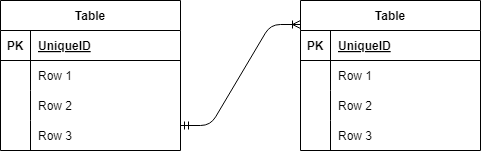
yuusukejinba/jinba-tuiki keeps this draw.io diagram as ER.drawio.png. Above is the earlier version. Source tidied: cells renumbered, new cells last; positions are measured from the earlier drawing's top-left corner, leaving out a move shared by most shapes.
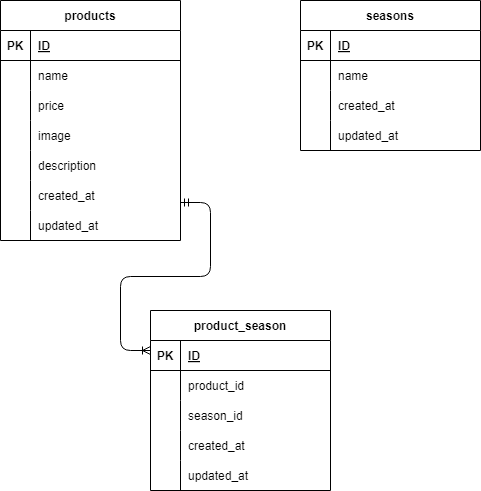
The same file after the commit.

Change to the diagram source:
```diff
@@ -2,8 +2,8 @@
   <root>
     <mxCell id="0" />
     <mxCell id="1" parent="0" />
-    <mxCell id="2" value="Table" style="shape=table;startSize=30;rowLines=0;fontStyle=1;align=center;" parent="1" vertex="1">
-      <mxGeometry width="180" height="150" as="geometry" />
+    <mxCell id="2" value="products" style="shape=table;startSize=30;rowLines=0;fontStyle=1;align=center;" parent="1" vertex="1">
+      <mxGeometry width="180" height="240" as="geometry" />
     </mxCell>
     <mxCell id="3" style="shape=tableRow;horizontal=0;startSize=0;swimlaneHead=0;swimlaneBody=0;fillColor=none;top=0;left=0;right=0;bottom=1;" parent="2" vertex="1">
       <mxGeometry y="30" width="180" height="30" as="geometry" />
@@ -11,7 +11,7 @@
     <mxCell id="4" value="PK" style="shape=partialRectangle;fillColor=none;top=0;left=0;bottom=0;right=0;fontStyle=1;overflow=hidden;" parent="3" vertex="1">
       <mxGeometry width="30" height="30" as="geometry" />
     </mxCell>
-    <mxCell id="5" value="UniqueID" style="shape=partialRectangle;fillColor=none;top=0;left=0;bottom=0;right=0;align=left;spacingLeft=6;fontStyle=5;overflow=hidden;" parent="3" vertex="1">
+    <mxCell id="5" value="ID" style="shape=partialRectangle;fillColor=none;top=0;left=0;bottom=0;right=0;align=left;spacingLeft=6;fontStyle=5;overflow=hidden;" parent="3" vertex="1">
       <mxGeometry x="30" width="150" height="30" as="geometry" />
     </mxCell>
     <mxCell id="6" style="shape=tableRow;horizontal=0;startSize=0;swimlaneHead=0;swimlaneBody=0;fillColor=none;top=0;left=0;right=0;bottom=0;" parent="2" vertex="1">
@@ -20,7 +20,7 @@
     <mxCell id="7" style="shape=partialRectangle;fillColor=none;top=0;left=0;bottom=0;right=0;overflow=hidden;" parent="6" vertex="1">
       <mxGeometry width="30" height="30" as="geometry" />
     </mxCell>
-    <mxCell id="8" value="Row 1" style="shape=partialRectangle;fillColor=none;top=0;left=0;bottom=0;right=0;align=left;spacingLeft=6;overflow=hidden;" parent="6" vertex="1">
+    <mxCell id="8" value="name" style="shape=partialRectangle;fillColor=none;top=0;left=0;bottom=0;right=0;align=left;spacingLeft=6;overflow=hidden;" parent="6" vertex="1">
       <mxGeometry x="30" width="150" height="30" as="geometry" />
     </mxCell>
     <mxCell id="9" style="shape=tableRow;horizontal=0;startSize=0;swimlaneHead=0;swimlaneBody=0;fillColor=none;top=0;left=0;right=0;bottom=0;" parent="2" vertex="1">
@@ -29,7 +29,7 @@
     <mxCell id="10" style="shape=partialRectangle;fillColor=none;top=0;left=0;bottom=0;right=0;overflow=hidden;" parent="9" vertex="1">
       <mxGeometry width="30" height="30" as="geometry" />
     </mxCell>
-    <mxCell id="11" value="Row 2" style="shape=partialRectangle;fillColor=none;top=0;left=0;bottom=0;right=0;align=left;spacingLeft=6;overflow=hidden;" parent="9" vertex="1">
+    <mxCell id="11" value="price" style="shape=partialRectangle;fillColor=none;top=0;left=0;bottom=0;right=0;align=left;spacingLeft=6;overflow=hidden;" parent="9" vertex="1">
       <mxGeometry x="30" width="150" height="30" as="geometry" />
     </mxCell>
     <mxCell id="12" style="shape=tableRow;horizontal=0;startSize=0;swimlaneHead=0;swimlaneBody=0;fillColor=none;top=0;left=0;right=0;bottom=0;" parent="2" vertex="1">
@@ -38,10 +38,37 @@
     <mxCell id="13" style="shape=partialRectangle;fillColor=none;top=0;left=0;bottom=0;right=0;overflow=hidden;" parent="12" vertex="1">
       <mxGeometry width="30" height="30" as="geometry" />
     </mxCell>
-    <mxCell id="14" value="Row 3" style="shape=partialRectangle;fillColor=none;top=0;left=0;bottom=0;right=0;align=left;spacingLeft=6;overflow=hidden;" parent="12" vertex="1">
+    <mxCell id="14" value="image" style="shape=partialRectangle;fillColor=none;top=0;left=0;bottom=0;right=0;align=left;spacingLeft=6;overflow=hidden;" parent="12" vertex="1">
       <mxGeometry x="30" width="150" height="30" as="geometry" />
     </mxCell>
+    <mxCell id="29" style="shape=tableRow;horizontal=0;startSize=0;swimlaneHead=0;swimlaneBody=0;fillColor=none;top=0;left=0;right=0;bottom=0;" parent="2" vertex="1">
+      <mxGeometry y="150" width="180" height="30" as="geometry" />
+    </mxCell>
+    <mxCell id="30" style="shape=partialRectangle;fillColor=none;top=0;left=0;bottom=0;right=0;overflow=hidden;" parent="29" vertex="1">
+      <mxGeometry width="30" height="30" as="geometry" />
+    </mxCell>
+    <mxCell id="31" value="description" style="shape=partialRectangle;fillColor=none;top=0;left=0;bottom=0;right=0;align=left;spacingLeft=6;overflow=hidden;" parent="29" vertex="1">
+      <mxGeometry x="30" width="150" height="30" as="geometry" />
+    </mxCell>
+    <mxCell id="32" style="shape=tableRow;horizontal=0;startSize=0;swimlaneHead=0;swimlaneBody=0;fillColor=none;top=0;left=0;right=0;bottom=0;" parent="2" vertex="1">
+      <mxGeometry y="180" width="180" height="30" as="geometry" />
+    </mxCell>
+    <mxCell id="33" style="shape=partialRectangle;fillColor=none;top=0;left=0;bottom=0;right=0;overflow=hidden;" parent="32" vertex="1">
+      <mxGeometry width="30" height="30" as="geometry" />
+    </mxCell>
+    <mxCell id="34" value="created_at" style="shape=partialRectangle;fillColor=none;top=0;left=0;bottom=0;right=0;align=left;spacingLeft=6;overflow=hidden;" parent="32" vertex="1">
+      <mxGeometry x="30" width="150" height="30" as="geometry" />
+    </mxCell>
+    <mxCell id="35" style="shape=tableRow;horizontal=0;startSize=0;swimlaneHead=0;swimlaneBody=0;fillColor=none;top=0;left=0;right=0;bottom=0;" parent="2" vertex="1">
+      <mxGeometry y="210" width="180" height="30" as="geometry" />
+    </mxCell>
+    <mxCell id="36" style="shape=partialRectangle;fillColor=none;top=0;left=0;bottom=0;right=0;overflow=hidden;" parent="35" vertex="1">
+      <mxGeometry width="30" height="30" as="geometry" />
+    </mxCell>
+    <mxCell id="37" value="updated_at" style="shape=partialRectangle;fillColor=none;top=0;left=0;bottom=0;right=0;align=left;spacingLeft=6;overflow=hidden;" parent="35" vertex="1">
+      <mxGeometry x="30" width="150" height="30" as="geometry" />
+    </mxCell>
-    <mxCell id="15" value="Table" style="shape=table;startSize=30;rowLines=0;fontStyle=1;align=center;" parent="1" vertex="1">
+    <mxCell id="15" value="seasons" style="shape=table;startSize=30;rowLines=0;fontStyle=1;align=center;" parent="1" vertex="1">
       <mxGeometry x="300" width="180" height="150" as="geometry" />
     </mxCell>
     <mxCell id="16" style="shape=tableRow;horizontal=0;startSize=0;swimlaneHead=0;swimlaneBody=0;fillColor=none;top=0;left=0;right=0;bottom=1;" parent="15" vertex="1">
@@ -50,7 +77,7 @@
     <mxCell id="17" value="PK" style="shape=partialRectangle;fillColor=none;top=0;left=0;bottom=0;right=0;fontStyle=1;overflow=hidden;" parent="16" vertex="1">
       <mxGeometry width="30" height="30" as="geometry" />
     </mxCell>
-    <mxCell id="18" value="UniqueID" style="shape=partialRectangle;fillColor=none;top=0;left=0;bottom=0;right=0;align=left;spacingLeft=6;fontStyle=5;overflow=hidden;" parent="16" vertex="1">
+    <mxCell id="18" value="ID" style="shape=partialRectangle;fillColor=none;top=0;left=0;bottom=0;right=0;align=left;spacingLeft=6;fontStyle=5;overflow=hidden;" parent="16" vertex="1">
       <mxGeometry x="30" width="150" height="30" as="geometry" />
     </mxCell>
     <mxCell id="19" style="shape=tableRow;horizontal=0;startSize=0;swimlaneHead=0;swimlaneBody=0;fillColor=none;top=0;left=0;right=0;bottom=0;" parent="15" vertex="1">
@@ -59,7 +86,7 @@
     <mxCell id="20" style="shape=partialRectangle;fillColor=none;top=0;left=0;bottom=0;right=0;overflow=hidden;" parent="19" vertex="1">
       <mxGeometry width="30" height="30" as="geometry" />
     </mxCell>
-    <mxCell id="21" value="Row 1" style="shape=partialRectangle;fillColor=none;top=0;left=0;bottom=0;right=0;align=left;spacingLeft=6;overflow=hidden;" parent="19" vertex="1">
+    <mxCell id="21" value="name" style="shape=partialRectangle;fillColor=none;top=0;left=0;bottom=0;right=0;align=left;spacingLeft=6;overflow=hidden;" parent="19" vertex="1">
       <mxGeometry x="30" width="150" height="30" as="geometry" />
     </mxCell>
     <mxCell id="22" style="shape=tableRow;horizontal=0;startSize=0;swimlaneHead=0;swimlaneBody=0;fillColor=none;top=0;left=0;right=0;bottom=0;" parent="15" vertex="1">
@@ -68,7 +95,7 @@
     <mxCell id="23" style="shape=partialRectangle;fillColor=none;top=0;left=0;bottom=0;right=0;overflow=hidden;" parent="22" vertex="1">
       <mxGeometry width="30" height="30" as="geometry" />
     </mxCell>
-    <mxCell id="24" value="Row 2" style="shape=partialRectangle;fillColor=none;top=0;left=0;bottom=0;right=0;align=left;spacingLeft=6;overflow=hidden;" parent="22" vertex="1">
+    <mxCell id="24" value="created_at" style="shape=partialRectangle;fillColor=none;top=0;left=0;bottom=0;right=0;align=left;spacingLeft=6;overflow=hidden;" parent="22" vertex="1">
       <mxGeometry x="30" width="150" height="30" as="geometry" />
     </mxCell>
     <mxCell id="25" style="shape=tableRow;horizontal=0;startSize=0;swimlaneHead=0;swimlaneBody=0;fillColor=none;top=0;left=0;right=0;bottom=0;" parent="15" vertex="1">
@@ -77,14 +104,62 @@
     <mxCell id="26" style="shape=partialRectangle;fillColor=none;top=0;left=0;bottom=0;right=0;overflow=hidden;" parent="25" vertex="1">
       <mxGeometry width="30" height="30" as="geometry" />
     </mxCell>
-    <mxCell id="27" value="Row 3" style="shape=partialRectangle;fillColor=none;top=0;left=0;bottom=0;right=0;align=left;spacingLeft=6;overflow=hidden;" parent="25" vertex="1">
+    <mxCell id="27" value="updated_at" style="shape=partialRectangle;fillColor=none;top=0;left=0;bottom=0;right=0;align=left;spacingLeft=6;overflow=hidden;" parent="25" vertex="1">
       <mxGeometry x="30" width="150" height="30" as="geometry" />
     </mxCell>
-    <mxCell id="28" style="edgeStyle=entityRelationEdgeStyle;fontSize=12;html=1;endArrow=ERoneToMany;startArrow=ERmandOne;" parent="1" edge="1">
-      <mxGeometry relative="1" as="geometry">
-        <mxPoint x="180" y="125" as="sourcePoint" />
-        <mxPoint x="300" y="24" as="targetPoint" />
-      </mxGeometry>
-    </mxCell>
+    <mxCell id="38" value="product_season" style="shape=table;startSize=30;rowLines=0;fontStyle=1;align=center;" parent="1" vertex="1">
+      <mxGeometry x="150" y="310" width="180" height="180" as="geometry" />
+    </mxCell>
+    <mxCell id="39" style="shape=tableRow;horizontal=0;startSize=0;swimlaneHead=0;swimlaneBody=0;fillColor=none;top=0;left=0;right=0;bottom=1;" parent="38" vertex="1">
+      <mxGeometry y="30" width="180" height="30" as="geometry" />
+    </mxCell>
+    <mxCell id="40" value="PK" style="shape=partialRectangle;fillColor=none;top=0;left=0;bottom=0;right=0;fontStyle=1;overflow=hidden;" parent="39" vertex="1">
+      <mxGeometry width="30" height="30" as="geometry" />
+    </mxCell>
+    <mxCell id="41" value="ID" style="shape=partialRectangle;fillColor=none;top=0;left=0;bottom=0;right=0;align=left;spacingLeft=6;fontStyle=5;overflow=hidden;" parent="39" vertex="1">
+      <mxGeometry x="30" width="150" height="30" as="geometry" />
+    </mxCell>
+    <mxCell id="42" style="shape=tableRow;horizontal=0;startSize=0;swimlaneHead=0;swimlaneBody=0;fillColor=none;top=0;left=0;right=0;bottom=0;" parent="38" vertex="1">
+      <mxGeometry y="60" width="180" height="30" as="geometry" />
+    </mxCell>
+    <mxCell id="43" style="shape=partialRectangle;fillColor=none;top=0;left=0;bottom=0;right=0;overflow=hidden;" parent="42" vertex="1">
+      <mxGeometry width="30" height="30" as="geometry" />
+    </mxCell>
+    <mxCell id="44" value="product_id" style="shape=partialRectangle;fillColor=none;top=0;left=0;bottom=0;right=0;align=left;spacingLeft=6;overflow=hidden;" parent="42" vertex="1">
+      <mxGeometry x="30" width="150" height="30" as="geometry" />
+    </mxCell>
+    <mxCell id="45" style="shape=tableRow;horizontal=0;startSize=0;swimlaneHead=0;swimlaneBody=0;fillColor=none;top=0;left=0;right=0;bottom=0;" parent="38" vertex="1">
+      <mxGeometry y="90" width="180" height="30" as="geometry" />
+    </mxCell>
+    <mxCell id="46" style="shape=partialRectangle;fillColor=none;top=0;left=0;bottom=0;right=0;overflow=hidden;" parent="45" vertex="1">
+      <mxGeometry width="30" height="30" as="geometry" />
+    </mxCell>
+    <mxCell id="47" value="season_id" style="shape=partialRectangle;fillColor=none;top=0;left=0;bottom=0;right=0;align=left;spacingLeft=6;overflow=hidden;" parent="45" vertex="1">
+      <mxGeometry x="30" width="150" height="30" as="geometry" />
+    </mxCell>
+    <mxCell id="48" style="shape=tableRow;horizontal=0;startSize=0;swimlaneHead=0;swimlaneBody=0;fillColor=none;top=0;left=0;right=0;bottom=0;" parent="38" vertex="1">
+      <mxGeometry y="120" width="180" height="30" as="geometry" />
+    </mxCell>
+    <mxCell id="49" style="shape=partialRectangle;fillColor=none;top=0;left=0;bottom=0;right=0;overflow=hidden;" parent="48" vertex="1">
+      <mxGeometry width="30" height="30" as="geometry" />
+    </mxCell>
+    <mxCell id="50" value="created_at" style="shape=partialRectangle;fillColor=none;top=0;left=0;bottom=0;right=0;align=left;spacingLeft=6;overflow=hidden;" parent="48" vertex="1">
+      <mxGeometry x="30" width="150" height="30" as="geometry" />
+    </mxCell>
+    <mxCell id="51" style="shape=tableRow;horizontal=0;startSize=0;swimlaneHead=0;swimlaneBody=0;fillColor=none;top=0;left=0;right=0;bottom=0;" parent="38" vertex="1">
+      <mxGeometry y="150" width="180" height="30" as="geometry" />
+    </mxCell>
+    <mxCell id="52" style="shape=partialRectangle;fillColor=none;top=0;left=0;bottom=0;right=0;overflow=hidden;" parent="51" vertex="1">
+      <mxGeometry width="30" height="30" as="geometry" />
+    </mxCell>
+    <mxCell id="53" value="updated_at" style="shape=partialRectangle;fillColor=none;top=0;left=0;bottom=0;right=0;align=left;spacingLeft=6;overflow=hidden;" parent="51" vertex="1">
+      <mxGeometry x="30" width="150" height="30" as="geometry" />
+    </mxCell>
+    <mxCell id="54" style="edgeStyle=entityRelationEdgeStyle;fontSize=12;html=1;endArrow=ERoneToMany;startArrow=ERmandOne;" parent="1" edge="1">
+      <mxGeometry relative="1" as="geometry">
+        <mxPoint x="180" y="202" as="sourcePoint" />
+        <mxPoint x="150" y="350" as="targetPoint" />
+      </mxGeometry>
+    </mxCell>
   </root>
 </mxGraphModel>
```
